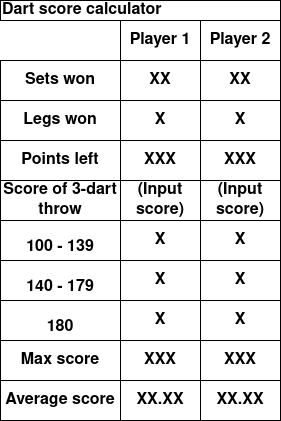
Above: img/score_calculator_GUI_sketch.png in KostasEreksonas/Dart_scoreboard (draw.io), before the change. Source tidied: cells renumbered, new cells last; positions are measured from the earlier drawing's top-left corner, leaving out a move shared by most shapes.
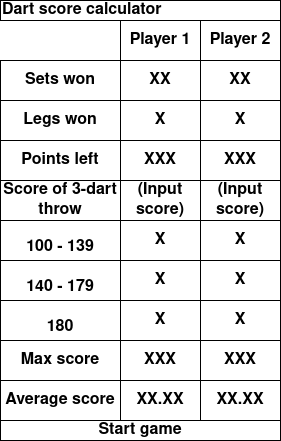
The same diagram one commit later.

Commit message:
Added a start game button to the GUI sketch

The edit, as a diff of the source:
```diff
@@ -92,5 +92,8 @@
     <mxCell id="31" value="&lt;font style=&quot;font-size: 16px&quot;&gt;&lt;b&gt;XX.XX&lt;/b&gt;&lt;/font&gt;" style="rounded=0;whiteSpace=wrap;html=1;" parent="1" vertex="1">
       <mxGeometry x="200" y="380" width="80" height="40" as="geometry" />
     </mxCell>
+    <mxCell id="32" value="&lt;font style=&quot;font-size: 16px&quot;&gt;&lt;b&gt;Start game&lt;br&gt;&lt;/b&gt;&lt;/font&gt;" style="rounded=0;whiteSpace=wrap;html=1;" parent="1" vertex="1">
+      <mxGeometry y="420" width="280" height="20" as="geometry" />
+    </mxCell>
   </root>
 </mxGraphModel>
```
